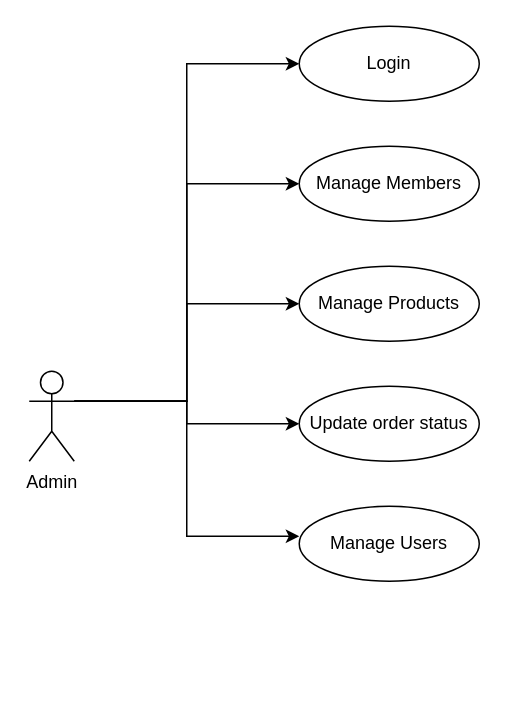
The draw.io diagram page "admin_usecases" (2 of 4) of online_cloth_shopping.drawio in sudopwr/database-course, before the edit. Source tidied: cells renumbered, new cells numbered last; positions are measured from the earlier drawing's top-left corner, leaving out a move shared by most shapes. Both pictures are drawn from the tidied source at 150%, with x=0, y=0 at pixel (28, 26).
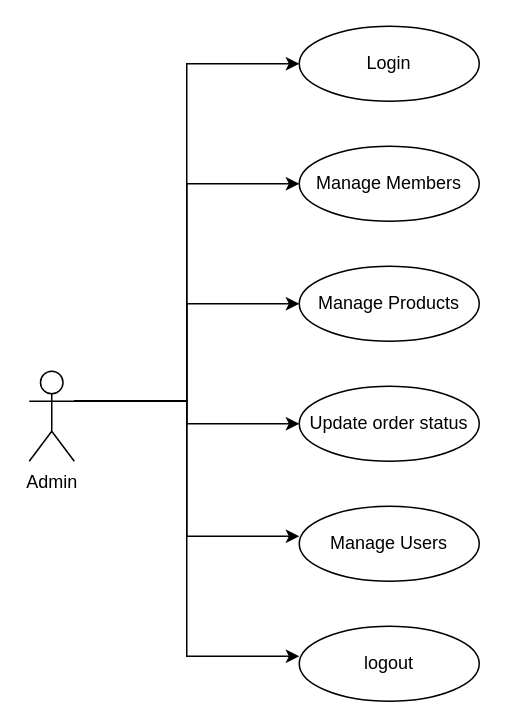
Above is the later version.

Change to the diagram source:
```diff
@@
 <mxGraphModel>
   <root>
     <mxCell id="0" />
     <mxCell id="1" parent="0" />
     <mxCell id="2" style="edgeStyle=orthogonalEdgeStyle;rounded=0;jettySize=auto;html=1;exitX=1;exitY=0.3333333333333333;exitDx=0;exitDy=0;exitPerimeter=0;entryX=0;entryY=0.5;entryDx=0;entryDy=0;" parent="1" edge="1" source="7" target="8">
       <mxGeometry relative="1" as="geometry" />
     </mxCell>
     <mxCell id="3" style="edgeStyle=orthogonalEdgeStyle;rounded=0;jettySize=auto;html=1;exitX=1;exitY=0.3333333333333333;exitDx=0;exitDy=0;exitPerimeter=0;entryX=0;entryY=0.5;entryDx=0;entryDy=0;" parent="1" edge="1" source="7" target="9">
       <mxGeometry relative="1" as="geometry" />
     </mxCell>
     <mxCell id="4" style="edgeStyle=orthogonalEdgeStyle;rounded=0;jettySize=auto;html=1;exitX=1;exitY=0.3333333333333333;exitDx=0;exitDy=0;exitPerimeter=0;entryX=0;entryY=0.5;entryDx=0;entryDy=0;" parent="1" edge="1" source="7" target="10">
       <mxGeometry relative="1" as="geometry" />
     </mxCell>
     <mxCell id="5" style="edgeStyle=orthogonalEdgeStyle;rounded=0;jettySize=auto;html=1;exitX=1;exitY=0.3333333333333333;exitDx=0;exitDy=0;exitPerimeter=0;" parent="1" edge="1" source="7" target="11">
       <mxGeometry relative="1" as="geometry" />
     </mxCell>
     <mxCell id="6" style="edgeStyle=orthogonalEdgeStyle;rounded=0;jettySize=auto;html=1;exitX=1;exitY=0.3333333333333333;exitDx=0;exitDy=0;exitPerimeter=0;entryX=0;entryY=0.4;entryDx=0;entryDy=0;entryPerimeter=0;" parent="1" edge="1" source="7" target="12">
       <mxGeometry relative="1" as="geometry" />
     </mxCell>
     <mxCell id="7" value="Admin" style="shape=umlActor;verticalLabelPosition=bottom;verticalAlign=top;html=1;outlineConnect=0;" parent="1" vertex="1">
       <mxGeometry y="230" width="30" height="60" as="geometry" />
     </mxCell>
     <mxCell id="8" value="Login" style="ellipse;whiteSpace=wrap;html=1;" parent="1" vertex="1">
       <mxGeometry x="180" width="120" height="50" as="geometry" />
     </mxCell>
     <mxCell id="9" value="Manage Members" style="ellipse;whiteSpace=wrap;html=1;" parent="1" vertex="1">
       <mxGeometry x="180" y="80" width="120" height="50" as="geometry" />
     </mxCell>
     <mxCell id="10" value="Manage Products" style="ellipse;whiteSpace=wrap;html=1;" parent="1" vertex="1">
       <mxGeometry x="180" y="160" width="120" height="50" as="geometry" />
     </mxCell>
     <mxCell id="11" value="Update order status" style="ellipse;whiteSpace=wrap;html=1;" parent="1" vertex="1">
       <mxGeometry x="180" y="240" width="120" height="50" as="geometry" />
     </mxCell>
     <mxCell id="12" value="Manage Users" style="ellipse;whiteSpace=wrap;html=1;" parent="1" vertex="1">
       <mxGeometry x="180" y="320" width="120" height="50" as="geometry" />
     </mxCell>
+    <mxCell id="13" value="logout" style="ellipse;whiteSpace=wrap;html=1;" parent="1" vertex="1">
+      <mxGeometry x="180" y="400" width="120" height="50" as="geometry" />
+    </mxCell>
+    <mxCell id="14" style="edgeStyle=orthogonalEdgeStyle;rounded=0;jettySize=auto;html=1;exitX=1;exitY=0.3333333333333333;exitDx=0;exitDy=0;exitPerimeter=0;entryX=0;entryY=0.4;entryDx=0;entryDy=0;entryPerimeter=0;" parent="1" edge="1" source="7" target="13">
+      <mxGeometry relative="1" as="geometry" />
+    </mxCell>
   </root>
 </mxGraphModel>
```
